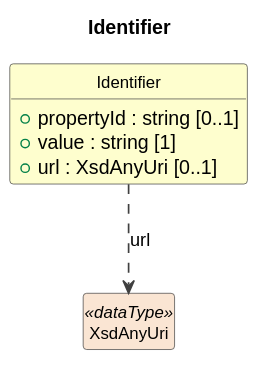
The PlantUML diagram cdif-uml-model/CDIFCodelist/Classes/Identifier.svg in Cross-Domain-Interoperability-Framework/metadataBuildingBlocks, before a commit. The source it was exported from:
```plantuml
@startuml
title Identifier
hide circle
hide empty members
skinparam shadowing false
skinparam ArrowThickness 1.2
skinparam class {
  ArrowColor #404040
  BorderColor #404040
  FontSize 12
}

class "Identifier" as Identifier #FEFECE {
  +propertyId : string [0..1]
  +value : string [1]
  +url : XsdAnyUri [0..1]
}
class "XsdAnyUri" as XsdAnyUri <<dataType>> #FAE5D3
Identifier ..> XsdAnyUri : url
@enduml
```
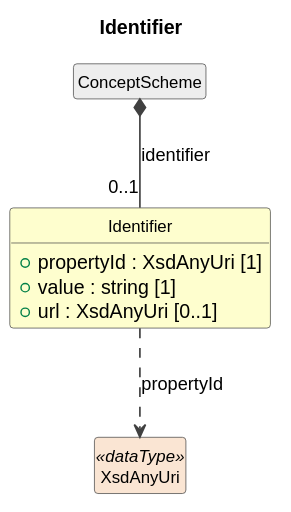
After the change.

Diff of the diagram source:
```diff
@@ -11,10 +11,12 @@
 }
 
 class "Identifier" as Identifier #FEFECE {
-  +propertyId : string [0..1]
+  +propertyId : XsdAnyUri [1]
   +value : string [1]
   +url : XsdAnyUri [0..1]
 }
+class "ConceptScheme" as ConceptScheme #EEEEEE
+ConceptScheme *-- "0..1" Identifier : identifier
 class "XsdAnyUri" as XsdAnyUri <<dataType>> #FAE5D3
-Identifier ..> XsdAnyUri : url
+Identifier ..> XsdAnyUri : propertyId
 @enduml
```
